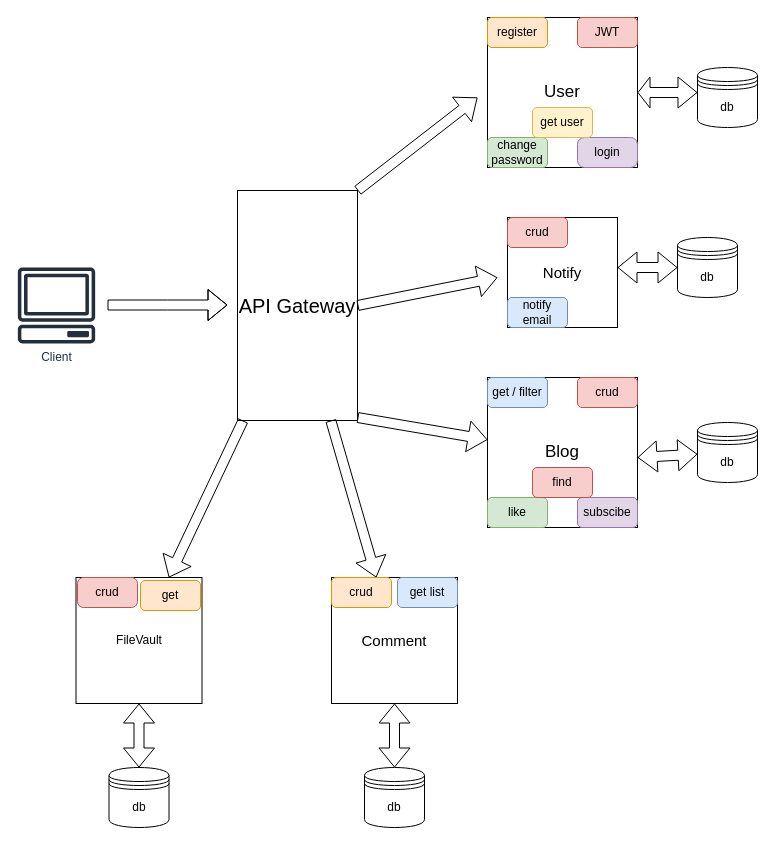
Earlier version of the draw.io diagram readme.drawio (htmlacademy-nestjs/2298777-readme-5). Source tidied: cells renumbered, new cells numbered last; positions are measured from the earlier drawing's top-left corner, leaving out a move shared by most shapes. Both pictures are drawn from the tidied source at 100%, with x=0, y=0 at pixel (17, 17).
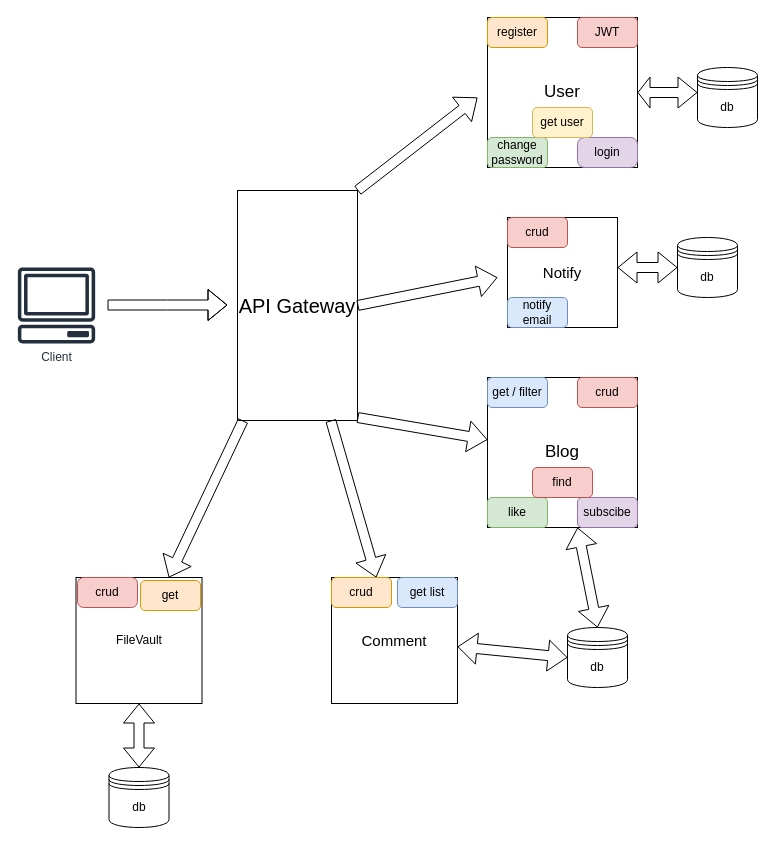
The same page after the edit.

Unchanged cells that the change refers to:
```xml
<mxCell id="23" value="subscibe" style="rounded=1;whiteSpace=wrap;html=1;fillColor=#e1d5e7;strokeColor=#9673a6;" parent="1" vertex="1">
  <mxGeometry x="560" y="480" width="60" height="30" as="geometry" />
</mxCell>
<mxCell id="25" value="Comment" style="whiteSpace=wrap;html=1;fontSize=15;" parent="1" vertex="1">
  <mxGeometry x="314" y="560" width="126" height="126" as="geometry" />
</mxCell>
```

Diff of the diagram source:
```diff
@@
     <mxCell id="29" value="db" style="shape=datastore;whiteSpace=wrap;html=1;" parent="1" vertex="1">
-      <mxGeometry x="680" y="405" width="60" height="60" as="geometry" />
+      <mxGeometry x="550" y="610" width="60" height="60" as="geometry" />
     </mxCell>
-    <mxCell id="30" value="db" style="shape=datastore;whiteSpace=wrap;html=1;" parent="1" vertex="1">
-      <mxGeometry x="347" y="750" width="60" height="60" as="geometry" />
-    </mxCell>
-    <mxCell id="31" style="shape=flexArrow;endArrow=classic;startArrow=classic;html=1;rounded=0;" parent="1" edge="1" target="29">
-      <mxGeometry relative="1" as="geometry">
-        <mxPoint x="620" y="440" as="sourcePoint" />
-      </mxGeometry>
-    </mxCell>
-    <mxCell id="32" style="shape=flexArrow;endArrow=classic;startArrow=classic;html=1;rounded=0;" parent="1" edge="1" source="30" target="25">
+    <mxCell id="32" style="shape=flexArrow;endArrow=classic;startArrow=classic;html=1;rounded=0;exitX=0;exitY=0.5;exitDx=0;exitDy=0;" parent="1" edge="1" source="29" target="25">
       <mxGeometry relative="1" as="geometry" />
     </mxCell>
@@
+    <mxCell id="41" style="shape=flexArrow;endArrow=classic;startArrow=classic;html=1;rounded=0;entryX=0;entryY=1;entryDx=0;entryDy=0;exitX=0.5;exitY=0;exitDx=0;exitDy=0;" parent="1" edge="1" source="29" target="23">
+      <mxGeometry relative="1" as="geometry" />
+    </mxCell>
```
